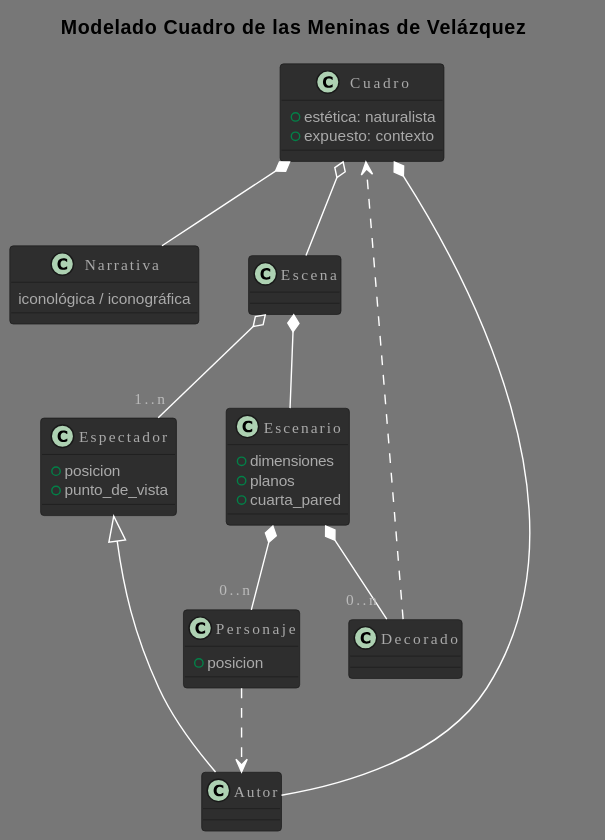
Joselon/joselon.github.io keeps this PlantUML diagram as PracticasMaster/01_Modelado_O/diagrams/meninas/MeninasDomain.svg. Above is the earlier version.
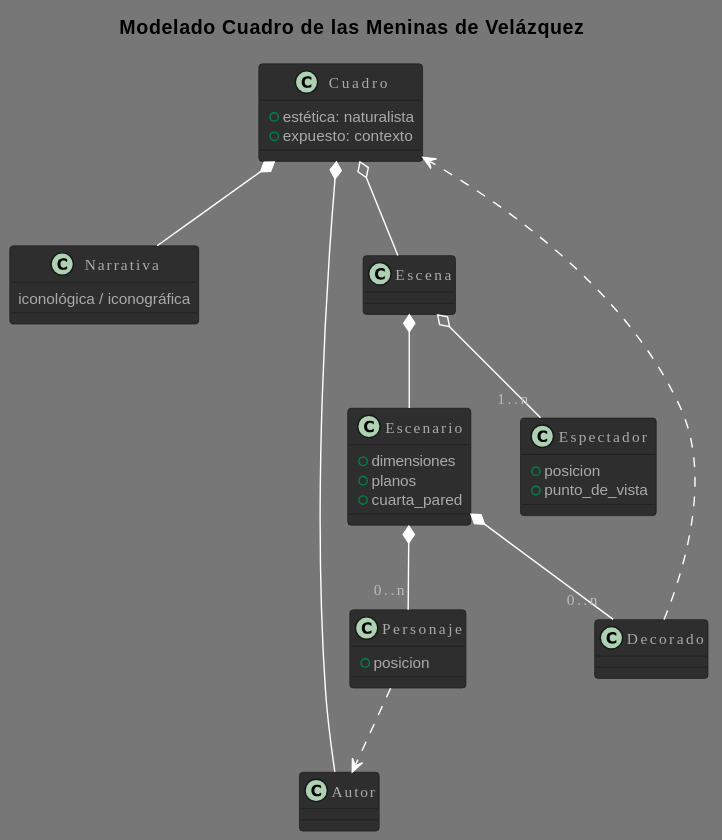
After the commit.

The edit, as a diff of the source:
```diff
@@ -40,7 +40,6 @@
 Escenario *--"0..n" Decorado
 Personaje ..> Autor
 Decorado ..> Cuadro
-Espectador <|-- Autor
 
 
 @end
@@ -363,7 +362,6 @@
 Escenario *--"0..n" Decorado
 Personaje ..> Autor
 Decorado ..> Cuadro
-Espectador <|-- Autor
 
 
 @end
```
